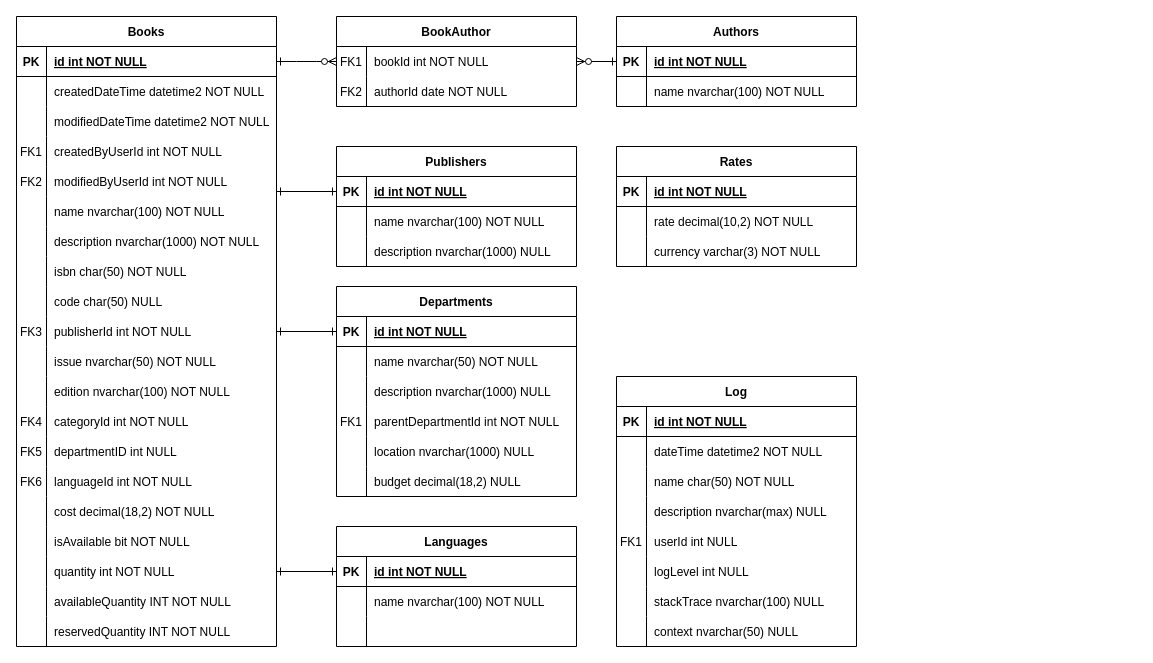
skyhunter96/libApp keeps this draw.io diagram as Untitled Diagram.drawio. Above is the earlier version. Source tidied: cells renumbered, new cells numbered last; positions are measured from the earlier drawing's top-left corner, leaving out a move shared by most shapes. Both pictures are drawn from the tidied source at 100%, with x=0, y=0 at pixel (16, 16).
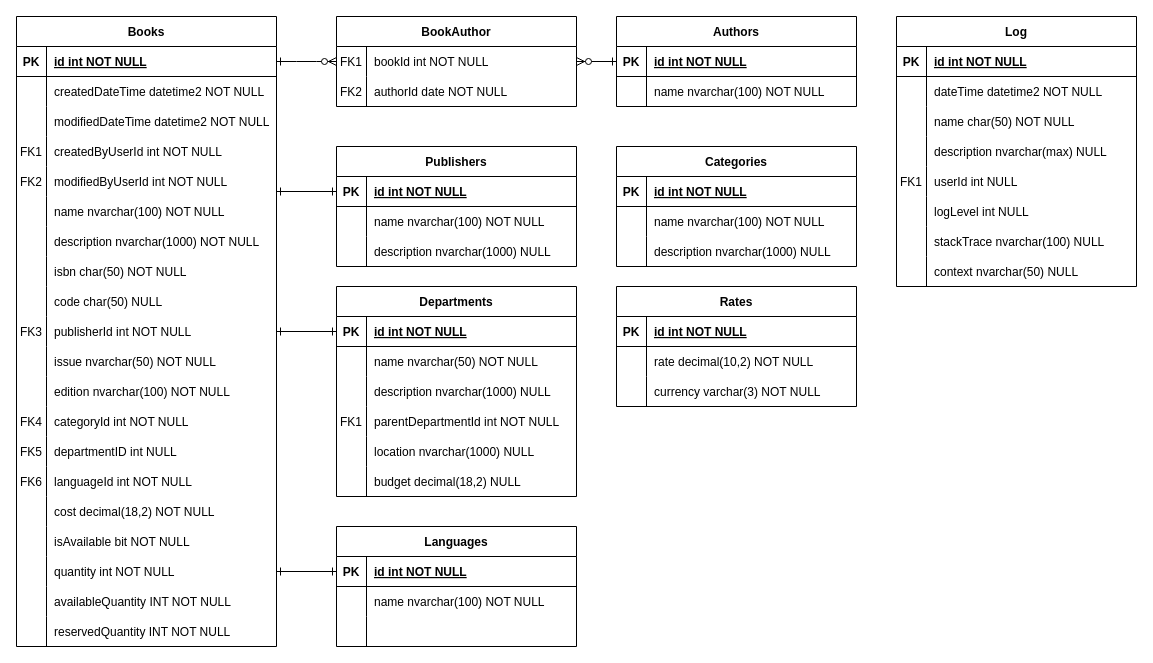
The same diagram, later.

The edit, as a diff of the source:
```diff
@@
     <mxCell id="90" value="Log" style="shape=table;startSize=30;childLayout=tableLayout;rowLines=0;fontStyle=1;align=center;" parent="1" vertex="1">
-      <mxGeometry x="600" y="360" width="240" height="270" as="geometry" />
+      <mxGeometry x="880" width="240" height="270" as="geometry" />
     </mxCell>
@@
     <mxCell id="146" value="Rates" style="shape=table;startSize=30;childLayout=tableLayout;rowLines=0;fontStyle=1;align=center;" parent="1" vertex="1">
-      <mxGeometry x="600" y="130" width="240" height="120" as="geometry" />
+      <mxGeometry x="600" y="270" width="240" height="120" as="geometry" />
     </mxCell>
@@
+    <mxCell id="156" value="Categories" style="shape=table;startSize=30;childLayout=tableLayout;rowLines=0;fontStyle=1;align=center;" parent="1" vertex="1">
+      <mxGeometry x="600" y="130" width="240" height="120" as="geometry" />
+    </mxCell>
+    <mxCell id="157" style="shape=partialRectangle;fillColor=none;top=0;left=0;right=0;bottom=1;" parent="156" vertex="1">
+      <mxGeometry y="30" width="240" height="30" as="geometry" />
+    </mxCell>
+    <mxCell id="158" value="PK" style="shape=partialRectangle;overflow=hidden;fillColor=none;top=0;left=0;bottom=0;right=0;fontStyle=1;" parent="157" vertex="1">
+      <mxGeometry width="30" height="30" as="geometry" />
+    </mxCell>
+    <mxCell id="159" value="id int NOT NULL " style="shape=partialRectangle;overflow=hidden;fillColor=none;top=0;left=0;bottom=0;right=0;align=left;spacingLeft=6;fontStyle=5;" parent="157" vertex="1">
+      <mxGeometry x="30" width="210" height="30" as="geometry" />
+    </mxCell>
+    <mxCell id="160" style="shape=partialRectangle;fillColor=none;top=0;left=0;right=0;bottom=0;" parent="156" vertex="1">
+      <mxGeometry y="60" width="240" height="30" as="geometry" />
+    </mxCell>
+    <mxCell id="161" style="shape=partialRectangle;overflow=hidden;fillColor=none;top=0;left=0;bottom=0;right=0;" parent="160" vertex="1">
+      <mxGeometry width="30" height="30" as="geometry" />
+    </mxCell>
+    <mxCell id="162" value="name nvarchar(100) NOT NULL" style="shape=partialRectangle;overflow=hidden;fillColor=none;top=0;left=0;bottom=0;right=0;align=left;spacingLeft=6;" parent="160" vertex="1">
+      <mxGeometry x="30" width="210" height="30" as="geometry" />
+    </mxCell>
+    <mxCell id="163" style="shape=partialRectangle;fillColor=none;top=0;left=0;right=0;bottom=0;" parent="156" vertex="1">
+      <mxGeometry y="90" width="240" height="30" as="geometry" />
+    </mxCell>
+    <mxCell id="164" style="shape=partialRectangle;overflow=hidden;fillColor=none;top=0;left=0;bottom=0;right=0;" parent="163" vertex="1">
+      <mxGeometry width="30" height="30" as="geometry" />
+    </mxCell>
+    <mxCell id="165" value="description nvarchar(1000) NULL" style="shape=partialRectangle;overflow=hidden;fillColor=none;top=0;left=0;bottom=0;right=0;align=left;spacingLeft=6;" parent="163" vertex="1">
+      <mxGeometry x="30" width="210" height="30" as="geometry" />
+    </mxCell>
```
